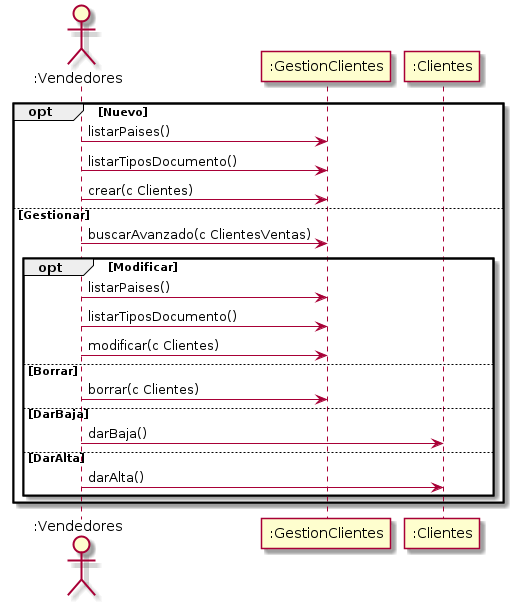
The PlantUML diagram Informe Final/Imagenes/DiagramasSecuencia/DiagramaDeSecuencia/GestionClientes.png in ZMGestion/DocumentacionZMGestion, before a commit.
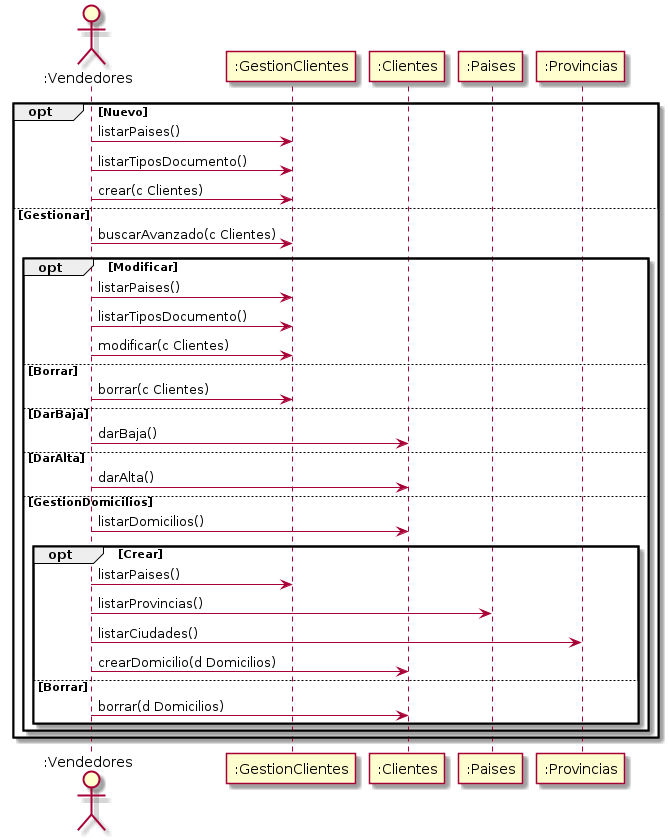
The same file after the commit.

Change to the diagram source:
```diff
@@ -2,12 +2,14 @@
     actor ":Vendedores" as Vendedores
     participant ":GestionClientes" as GestionClientes
     participant ":Clientes" as Clientes
+    participant ":Paises" as Paises
+    participant ":Provincias" as Provincias
     opt Nuevo
         Vendedores -> GestionClientes: listarPaises()
         Vendedores -> GestionClientes: listarTiposDocumento()
         Vendedores -> GestionClientes: crear(c Clientes)
     else Gestionar
-        Vendedores -> GestionClientes: buscarAvanzado(c ClientesVentas)
+        Vendedores -> GestionClientes: buscarAvanzado(c Clientes)
         opt Modificar
             Vendedores -> GestionClientes: listarPaises()
             Vendedores -> GestionClientes: listarTiposDocumento()
@@ -18,6 +20,16 @@
             Vendedores -> Clientes: darBaja()
         else DarAlta
             Vendedores -> Clientes: darAlta()
+        else GestionDomicilios
+            Vendedores -> Clientes: listarDomicilios()
+            opt Crear
+                Vendedores -> GestionClientes: listarPaises()
+                Vendedores -> Paises: listarProvincias()
+                Vendedores -> Provincias: listarCiudades()
+                Vendedores -> Clientes: crearDomicilio(d Domicilios)
+            else Borrar
+                Vendedores -> Clientes: borrar(d Domicilios)
+            end
         end
     end
 @enduml
```
